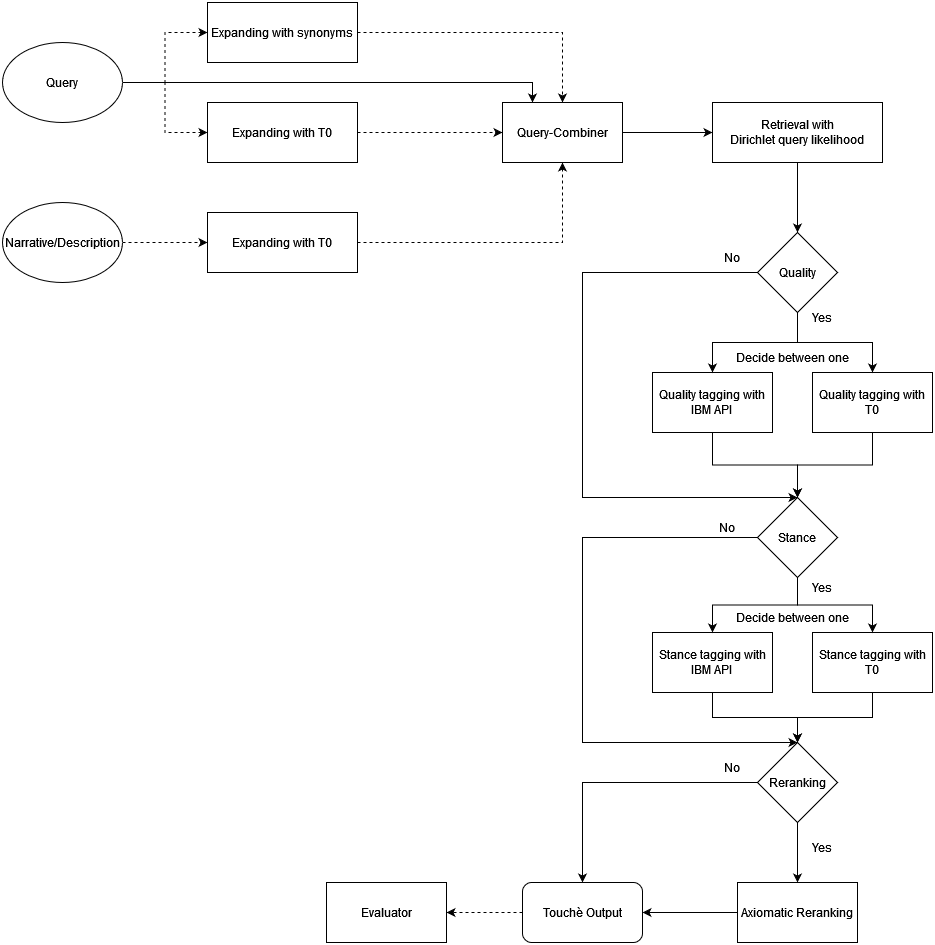
The draw.io diagram talk/figures/pipeline.png in janheinrichmerker/grimjack, before a commit. Source tidied: cells renumbered, new cells last; positions are measured from the earlier drawing's top-left corner, leaving out a move shared by most shapes.
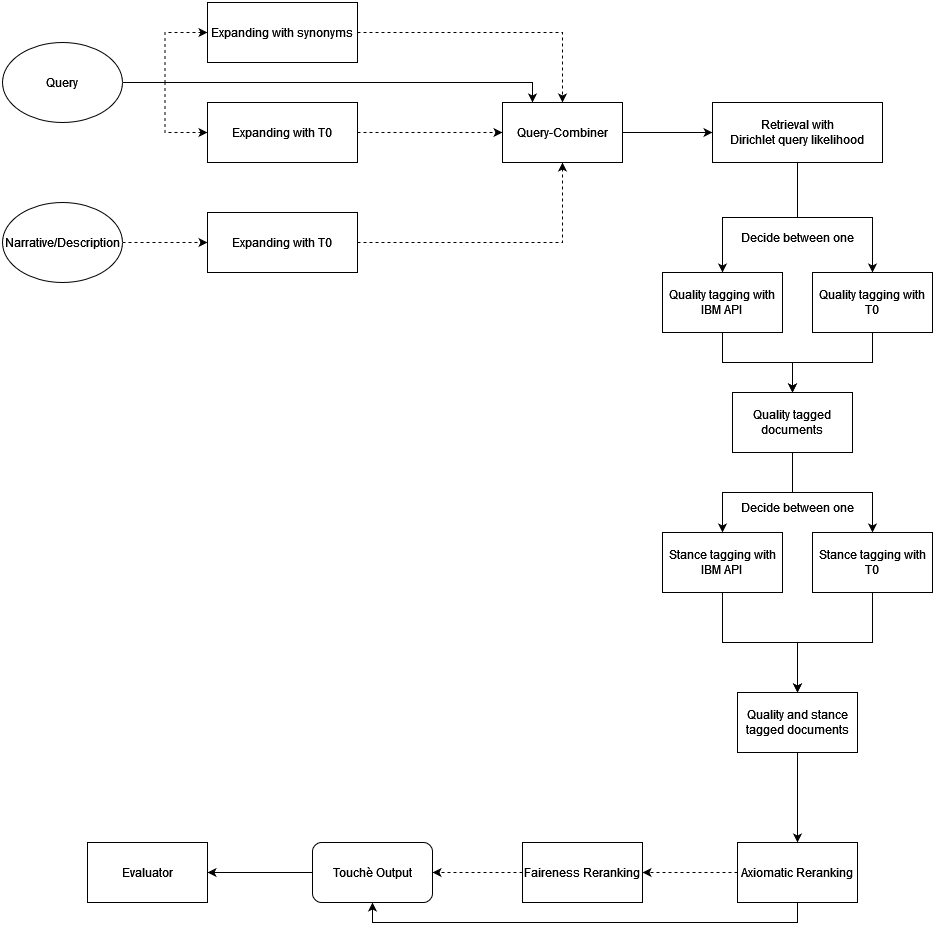
The same diagram one commit later.

Commit message:
new pipeline schema

Diff of the diagram source:
```diff
@@ -44,121 +44,85 @@
     <mxCell id="15" value="Query-Combiner" style="rounded=0;whiteSpace=wrap;html=1;" parent="1" vertex="1">
       <mxGeometry x="500" y="100" width="120" height="60" as="geometry" />
     </mxCell>
-    <mxCell id="16" style="edgeStyle=orthogonalEdgeStyle;rounded=0;jettySize=auto;html=1;exitX=0.5;exitY=1;exitDx=0;exitDy=0;entryX=0.5;entryY=0;entryDx=0;entryDy=0;" parent="1" edge="1" source="17" target="29">
-      <mxGeometry relative="1" as="geometry" />
-    </mxCell>
+    <mxCell id="50" style="edgeStyle=orthogonalEdgeStyle;rounded=0;jettySize=auto;html=1;exitX=0.5;exitY=1;exitDx=0;exitDy=0;entryX=0.5;entryY=0;entryDx=0;entryDy=0;" parent="1" edge="1" source="17" target="23">
+      <mxGeometry relative="1" as="geometry" />
+    </mxCell>
+    <mxCell id="51" style="edgeStyle=orthogonalEdgeStyle;rounded=0;jettySize=auto;html=1;exitX=0.5;exitY=1;exitDx=0;exitDy=0;entryX=0.5;entryY=0;entryDx=0;entryDy=0;" parent="1" edge="1" source="17" target="25">
+      <mxGeometry relative="1" as="geometry" />
+    </mxCell>
     <mxCell id="17" value="&lt;div&gt;Retrieval with&lt;/div&gt;&lt;div&gt;Dirichlet query likelihood&lt;/div&gt;" style="rounded=0;whiteSpace=wrap;html=1;" parent="1" vertex="1">
       <mxGeometry x="710" y="100" width="170" height="60" as="geometry" />
     </mxCell>
-    <mxCell id="18" style="edgeStyle=orthogonalEdgeStyle;rounded=0;jettySize=auto;html=1;exitX=0.5;exitY=1;exitDx=0;exitDy=0;entryX=0.5;entryY=0;entryDx=0;entryDy=0;" parent="1" edge="1" source="19" target="39">
-      <mxGeometry relative="1" as="geometry" />
-    </mxCell>
+    <mxCell id="52" style="edgeStyle=orthogonalEdgeStyle;rounded=0;jettySize=auto;html=1;exitX=0.5;exitY=1;exitDx=0;exitDy=0;entryX=0.5;entryY=0;entryDx=0;entryDy=0;" parent="1" edge="1" source="19" target="62">
+      <mxGeometry relative="1" as="geometry" />
+    </mxCell>
     <mxCell id="19" value="&lt;div&gt;Stance tagging with&lt;/div&gt;&lt;div&gt;IBM API&lt;br&gt;&lt;/div&gt;" style="rounded=0;whiteSpace=wrap;html=1;" parent="1" vertex="1">
-      <mxGeometry x="650" y="630" width="120" height="60" as="geometry" />
+      <mxGeometry x="660" y="530" width="120" height="60" as="geometry" />
     </mxCell>
-    <mxCell id="20" style="edgeStyle=orthogonalEdgeStyle;rounded=0;jettySize=auto;html=1;exitX=0.5;exitY=1;exitDx=0;exitDy=0;entryX=0.5;entryY=0;entryDx=0;entryDy=0;" parent="1" edge="1" source="21" target="39">
-      <mxGeometry relative="1" as="geometry" />
-    </mxCell>
+    <mxCell id="53" style="edgeStyle=orthogonalEdgeStyle;rounded=0;jettySize=auto;html=1;exitX=0.5;exitY=1;exitDx=0;exitDy=0;entryX=0.5;entryY=0;entryDx=0;entryDy=0;" parent="1" edge="1" source="21" target="62">
+      <mxGeometry relative="1" as="geometry" />
+    </mxCell>
     <mxCell id="21" value="&lt;div&gt;Stance tagging with&lt;/div&gt;&lt;div&gt;T0&lt;br&gt;&lt;/div&gt;" style="rounded=0;whiteSpace=wrap;html=1;" parent="1" vertex="1">
-      <mxGeometry x="810" y="630" width="120" height="60" as="geometry" />
+      <mxGeometry x="810" y="530" width="120" height="60" as="geometry" />
     </mxCell>
-    <mxCell id="22" style="edgeStyle=orthogonalEdgeStyle;rounded=0;jettySize=auto;html=1;exitX=0.5;exitY=1;exitDx=0;exitDy=0;entryX=0.5;entryY=0;entryDx=0;entryDy=0;" parent="1" edge="1" source="23" target="33">
-      <mxGeometry relative="1" as="geometry" />
-    </mxCell>
+    <mxCell id="54" style="edgeStyle=orthogonalEdgeStyle;rounded=0;jettySize=auto;html=1;exitX=0.5;exitY=1;exitDx=0;exitDy=0;entryX=0.5;entryY=0;entryDx=0;entryDy=0;" parent="1" edge="1" source="23" target="60">
+      <mxGeometry relative="1" as="geometry" />
+    </mxCell>
     <mxCell id="23" value="&lt;div&gt;Quality tagging with &lt;br&gt;&lt;/div&gt;&lt;div&gt;IBM API&lt;br&gt;&lt;/div&gt;" style="rounded=0;whiteSpace=wrap;html=1;" parent="1" vertex="1">
-      <mxGeometry x="650" y="370" width="120" height="60" as="geometry" />
+      <mxGeometry x="660" y="270" width="120" height="60" as="geometry" />
     </mxCell>
-    <mxCell id="24" style="edgeStyle=orthogonalEdgeStyle;rounded=0;jettySize=auto;html=1;exitX=0.5;exitY=1;exitDx=0;exitDy=0;entryX=0.5;entryY=0;entryDx=0;entryDy=0;" parent="1" edge="1" source="25" target="33">
-      <mxGeometry relative="1" as="geometry" />
-    </mxCell>
+    <mxCell id="55" style="edgeStyle=orthogonalEdgeStyle;rounded=0;jettySize=auto;html=1;exitX=0.5;exitY=1;exitDx=0;exitDy=0;" parent="1" edge="1" source="25">
+      <mxGeometry relative="1" as="geometry">
+        <mxPoint x="790" y="390" as="targetPoint" />
+      </mxGeometry>
+    </mxCell>
     <mxCell id="25" value="&lt;div&gt;Quality tagging with&lt;/div&gt;&lt;div&gt;T0&lt;br&gt;&lt;/div&gt;" style="rounded=0;whiteSpace=wrap;html=1;" parent="1" vertex="1">
-      <mxGeometry x="810" y="370" width="120" height="60" as="geometry" />
+      <mxGeometry x="810" y="270" width="120" height="60" as="geometry" />
     </mxCell>
-    <mxCell id="26" style="edgeStyle=orthogonalEdgeStyle;rounded=0;jettySize=auto;html=1;exitX=0.5;exitY=1;exitDx=0;exitDy=0;entryX=0.5;entryY=0;entryDx=0;entryDy=0;" parent="1" edge="1" source="29" target="23">
-      <mxGeometry relative="1" as="geometry" />
-    </mxCell>
-    <mxCell id="27" style="edgeStyle=orthogonalEdgeStyle;rounded=0;jettySize=auto;html=1;exitX=0.5;exitY=1;exitDx=0;exitDy=0;entryX=0.5;entryY=0;entryDx=0;entryDy=0;" parent="1" edge="1" source="29" target="25">
-      <mxGeometry relative="1" as="geometry" />
-    </mxCell>
-    <mxCell id="28" style="edgeStyle=orthogonalEdgeStyle;rounded=0;jettySize=auto;html=1;exitX=0;exitY=0.5;exitDx=0;exitDy=0;entryX=0.5;entryY=0;entryDx=0;entryDy=0;" parent="1" edge="1" source="29" target="33">
-      <mxGeometry relative="1" as="geometry">
-        <Array as="points">
-          <mxPoint x="580" y="270" />
-          <mxPoint x="580" y="495" />
-        </Array>
-      </mxGeometry>
-    </mxCell>
-    <mxCell id="29" value="Quality" style="rhombus;whiteSpace=wrap;html=1;" parent="1" vertex="1">
-      <mxGeometry x="755" y="230" width="80" height="80" as="geometry" />
-    </mxCell>
-    <mxCell id="30" style="edgeStyle=orthogonalEdgeStyle;rounded=0;jettySize=auto;html=1;exitX=0.5;exitY=1;exitDx=0;exitDy=0;entryX=0.5;entryY=0;entryDx=0;entryDy=0;" parent="1" edge="1" source="33" target="19">
-      <mxGeometry relative="1" as="geometry" />
-    </mxCell>
-    <mxCell id="31" style="edgeStyle=orthogonalEdgeStyle;rounded=0;jettySize=auto;html=1;exitX=0.5;exitY=1;exitDx=0;exitDy=0;" parent="1" edge="1" source="33" target="21">
-      <mxGeometry relative="1" as="geometry" />
-    </mxCell>
-    <mxCell id="32" style="edgeStyle=orthogonalEdgeStyle;rounded=0;jettySize=auto;html=1;exitX=0;exitY=0.5;exitDx=0;exitDy=0;" parent="1" edge="1" source="33" target="39">
-      <mxGeometry relative="1" as="geometry">
-        <Array as="points">
-          <mxPoint x="580" y="535" />
-          <mxPoint x="580" y="740" />
-        </Array>
-      </mxGeometry>
-    </mxCell>
-    <mxCell id="33" value="Stance" style="rhombus;whiteSpace=wrap;html=1;" parent="1" vertex="1">
-      <mxGeometry x="755" y="495" width="80" height="80" as="geometry" />
-    </mxCell>
-    <mxCell id="34" value="Yes" style="text;html=1;strokeColor=none;fillColor=none;align=center;verticalAlign=middle;whiteSpace=wrap;rounded=0;" parent="1" vertex="1">
-      <mxGeometry x="790" y="300" width="60" height="30" as="geometry" />
-    </mxCell>
-    <mxCell id="35" value="Yes" style="text;html=1;strokeColor=none;fillColor=none;align=center;verticalAlign=middle;whiteSpace=wrap;rounded=0;" parent="1" vertex="1">
-      <mxGeometry x="790" y="570" width="60" height="30" as="geometry" />
-    </mxCell>
-    <mxCell id="36" value="No" style="text;html=1;strokeColor=none;fillColor=none;align=center;verticalAlign=middle;whiteSpace=wrap;rounded=0;" parent="1" vertex="1">
-      <mxGeometry x="700" y="240" width="60" height="30" as="geometry" />
-    </mxCell>
-    <mxCell id="37" style="edgeStyle=orthogonalEdgeStyle;rounded=0;jettySize=auto;html=1;exitX=0.5;exitY=1;exitDx=0;exitDy=0;entryX=0.5;entryY=0;entryDx=0;entryDy=0;" parent="1" edge="1" source="39" target="42">
-      <mxGeometry relative="1" as="geometry" />
-    </mxCell>
-    <mxCell id="38" style="edgeStyle=orthogonalEdgeStyle;rounded=0;jettySize=auto;html=1;exitX=0;exitY=0.5;exitDx=0;exitDy=0;entryX=0.5;entryY=0;entryDx=0;entryDy=0;" parent="1" edge="1" source="39">
-      <mxGeometry relative="1" as="geometry">
-        <mxPoint x="580" y="880" as="targetPoint" />
-      </mxGeometry>
-    </mxCell>
-    <mxCell id="39" value="Reranking" style="rhombus;whiteSpace=wrap;html=1;" parent="1" vertex="1">
-      <mxGeometry x="755" y="740" width="80" height="80" as="geometry" />
-    </mxCell>
-    <mxCell id="40" value="No" style="text;html=1;strokeColor=none;fillColor=none;align=center;verticalAlign=middle;whiteSpace=wrap;rounded=0;" parent="1" vertex="1">
-      <mxGeometry x="695" y="510" width="60" height="30" as="geometry" />
-    </mxCell>
-    <mxCell id="41" style="edgeStyle=orthogonalEdgeStyle;rounded=0;jettySize=auto;html=1;exitX=0;exitY=0.5;exitDx=0;exitDy=0;entryX=1;entryY=0.5;entryDx=0;entryDy=0;" parent="1" edge="1" source="42">
-      <mxGeometry relative="1" as="geometry">
-        <mxPoint x="640" y="910" as="targetPoint" />
-      </mxGeometry>
-    </mxCell>
+    <mxCell id="56" style="edgeStyle=orthogonalEdgeStyle;rounded=0;jettySize=auto;html=1;exitX=0;exitY=0.5;exitDx=0;exitDy=0;entryX=1;entryY=0.5;entryDx=0;entryDy=0;dashed=1;" parent="1" edge="1" source="42" target="64">
+      <mxGeometry relative="1" as="geometry" />
+    </mxCell>
+    <mxCell id="57" style="edgeStyle=orthogonalEdgeStyle;rounded=0;jettySize=auto;html=1;exitX=0.5;exitY=1;exitDx=0;exitDy=0;entryX=0.5;entryY=1;entryDx=0;entryDy=0;" parent="1" edge="1" source="42" target="48">
+      <mxGeometry relative="1" as="geometry" />
+    </mxCell>
     <mxCell id="42" value="Axiomatic Reranking" style="rounded=0;whiteSpace=wrap;html=1;" parent="1" vertex="1">
-      <mxGeometry x="735" y="880" width="120" height="60" as="geometry" />
+      <mxGeometry x="735" y="840" width="120" height="60" as="geometry" />
     </mxCell>
-    <mxCell id="43" value="Yes" style="text;html=1;strokeColor=none;fillColor=none;align=center;verticalAlign=middle;whiteSpace=wrap;rounded=0;" parent="1" vertex="1">
-      <mxGeometry x="790" y="830" width="60" height="30" as="geometry" />
-    </mxCell>
-    <mxCell id="44" value="No" style="text;html=1;strokeColor=none;fillColor=none;align=center;verticalAlign=middle;whiteSpace=wrap;rounded=0;" parent="1" vertex="1">
-      <mxGeometry x="700" y="750" width="60" height="30" as="geometry" />
-    </mxCell>
-    <mxCell id="45" value="Decide between one" style="text;html=1;strokeColor=none;fillColor=none;align=center;verticalAlign=middle;whiteSpace=wrap;rounded=0;" parent="1" vertex="1">
-      <mxGeometry x="730" y="340" width="120" height="30" as="geometry" />
-    </mxCell>
     <mxCell id="46" value="Decide between one" style="text;html=1;strokeColor=none;fillColor=none;align=center;verticalAlign=middle;whiteSpace=wrap;rounded=0;" parent="1" vertex="1">
-      <mxGeometry x="730" y="600" width="120" height="30" as="geometry" />
+      <mxGeometry x="735" y="220" width="120" height="30" as="geometry" />
     </mxCell>
-    <mxCell id="47" style="edgeStyle=orthogonalEdgeStyle;rounded=0;jettySize=auto;html=1;exitX=0;exitY=0.5;exitDx=0;exitDy=0;entryX=1;entryY=0.5;entryDx=0;entryDy=0;dashed=1;" parent="1" edge="1" source="48" target="49">
+    <mxCell id="47" style="edgeStyle=orthogonalEdgeStyle;rounded=0;jettySize=auto;html=1;exitX=0;exitY=0.5;exitDx=0;exitDy=0;entryX=1;entryY=0.5;entryDx=0;entryDy=0;" parent="1" edge="1" source="48" target="49">
       <mxGeometry relative="1" as="geometry" />
     </mxCell>
     <mxCell id="48" value="Touchè Output" style="rounded=1;whiteSpace=wrap;html=1;" parent="1" vertex="1">
-      <mxGeometry x="520" y="880" width="120" height="60" as="geometry" />
+      <mxGeometry x="310" y="840" width="120" height="60" as="geometry" />
     </mxCell>
     <mxCell id="49" value="Evaluator" style="rounded=0;whiteSpace=wrap;html=1;" parent="1" vertex="1">
-      <mxGeometry x="324" y="880" width="120" height="60" as="geometry" />
+      <mxGeometry x="85" y="840" width="120" height="60" as="geometry" />
     </mxCell>
+    <mxCell id="58" style="edgeStyle=orthogonalEdgeStyle;rounded=0;jettySize=auto;html=1;exitX=0.5;exitY=1;exitDx=0;exitDy=0;entryX=0.5;entryY=0;entryDx=0;entryDy=0;" parent="1" edge="1" source="60" target="19">
+      <mxGeometry relative="1" as="geometry" />
+    </mxCell>
+    <mxCell id="59" style="edgeStyle=orthogonalEdgeStyle;rounded=0;jettySize=auto;html=1;exitX=0.5;exitY=1;exitDx=0;exitDy=0;" parent="1" edge="1" source="60" target="21">
+      <mxGeometry relative="1" as="geometry" />
+    </mxCell>
+    <mxCell id="60" value="Quality tagged documents" style="rounded=0;whiteSpace=wrap;html=1;" parent="1" vertex="1">
+      <mxGeometry x="730" y="390" width="120" height="60" as="geometry" />
+    </mxCell>
+    <mxCell id="45" value="Decide between one" style="text;html=1;strokeColor=none;fillColor=none;align=center;verticalAlign=middle;whiteSpace=wrap;rounded=0;" parent="1" vertex="1">
+      <mxGeometry x="735" y="490" width="120" height="30" as="geometry" />
+    </mxCell>
+    <mxCell id="61" style="edgeStyle=orthogonalEdgeStyle;rounded=0;jettySize=auto;html=1;exitX=0.5;exitY=1;exitDx=0;exitDy=0;entryX=0.5;entryY=0;entryDx=0;entryDy=0;" parent="1" edge="1" source="62" target="42">
+      <mxGeometry relative="1" as="geometry" />
+    </mxCell>
+    <mxCell id="62" value="Quality and stance tagged documents" style="rounded=0;whiteSpace=wrap;html=1;" parent="1" vertex="1">
+      <mxGeometry x="735" y="690" width="120" height="60" as="geometry" />
+    </mxCell>
+    <mxCell id="63" style="edgeStyle=orthogonalEdgeStyle;rounded=0;jettySize=auto;html=1;exitX=0;exitY=0.5;exitDx=0;exitDy=0;entryX=1;entryY=0.5;entryDx=0;entryDy=0;dashed=1;" parent="1" edge="1" source="64" target="48">
+      <mxGeometry relative="1" as="geometry" />
+    </mxCell>
+    <mxCell id="64" value="Faireness Reranking" style="rounded=0;whiteSpace=wrap;html=1;" parent="1" vertex="1">
+      <mxGeometry x="520" y="840" width="120" height="60" as="geometry" />
+    </mxCell>
   </root>
 </mxGraphModel>
```
